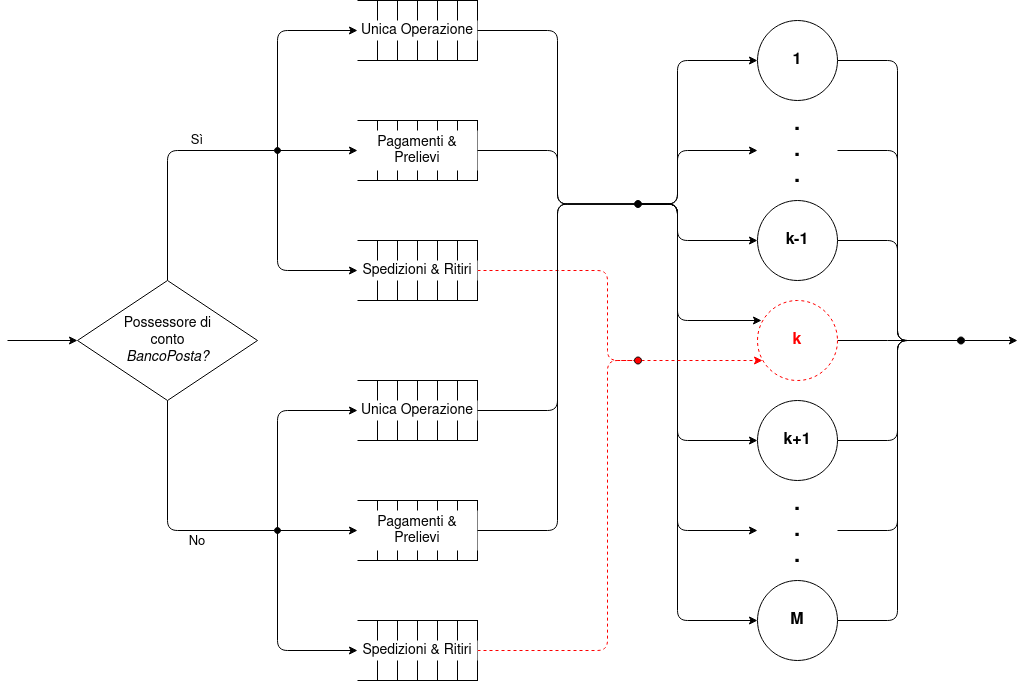
Earlier version of the draw.io export doc/figs/modello-concettuale-1.png (tibwere/pmcsn-project). Source tidied: cells renumbered, new cells last; positions are measured from the earlier drawing's top-left corner, leaving out a move shared by most shapes.
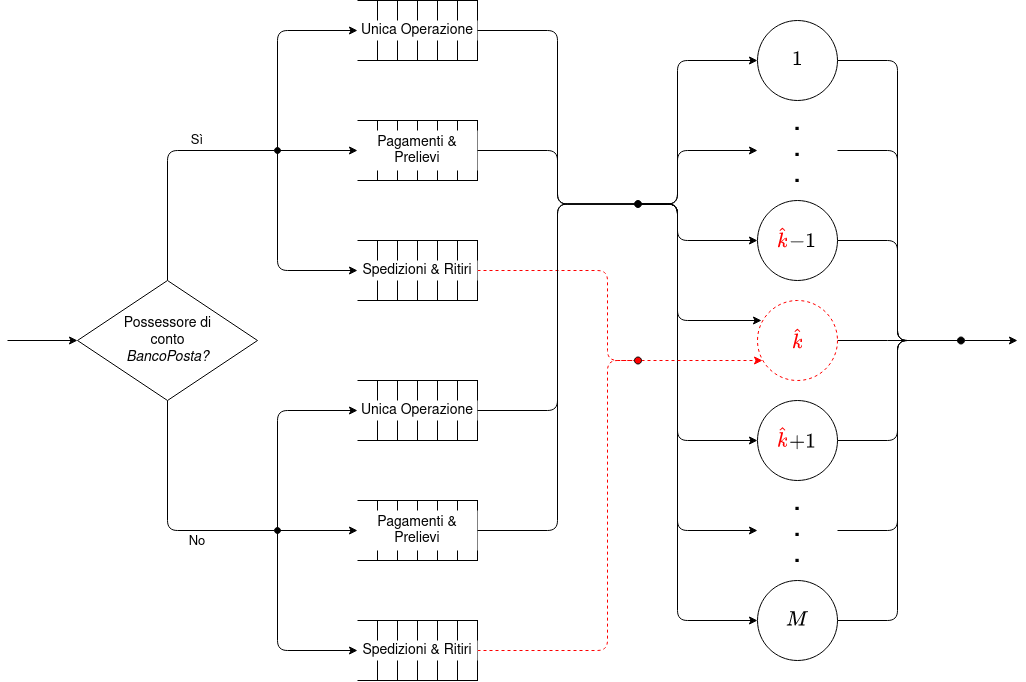
Later version of the same file.

Change to the diagram source:
```diff
@@ -1,4 +1,4 @@
-<mxGraphModel>
+<mxGraphModel math="1">
   <root>
     <mxCell id="0" />
     <mxCell id="1" parent="0" />
@@ -444,19 +444,13 @@
     <mxCell id="100" value="&lt;div style=&quot;font-size: 22px;&quot;&gt;.&lt;/div&gt;&lt;div style=&quot;font-size: 22px;&quot;&gt;.&lt;/div&gt;&lt;div style=&quot;font-size: 22px;&quot;&gt;.&lt;br style=&quot;font-size: 22px;&quot;&gt;&lt;/div&gt;" style="text;html=1;strokeColor=none;fillColor=none;align=center;verticalAlign=middle;whiteSpace=wrap;rounded=0;shadow=0;fontSize=22;fontStyle=1;" parent="1" vertex="1">
       <mxGeometry x="750" y="490" width="80" height="80" as="geometry" />
     </mxCell>
-    <mxCell id="101" value="1" style="text;html=1;strokeColor=none;fillColor=none;align=center;verticalAlign=middle;whiteSpace=wrap;rounded=0;shadow=0;fontSize=16;fontStyle=1;" parent="1" vertex="1">
+    <mxCell id="101" value="\(1\)" style="text;html=1;strokeColor=none;fillColor=none;align=center;verticalAlign=middle;whiteSpace=wrap;rounded=0;shadow=0;fontSize=16;fontStyle=1;" parent="1" vertex="1">
       <mxGeometry x="770" y="50" width="40" height="20" as="geometry" />
     </mxCell>
-    <mxCell id="102" value="k-1" style="text;html=1;strokeColor=none;fillColor=none;align=center;verticalAlign=middle;whiteSpace=wrap;rounded=0;shadow=0;fontSize=16;fontStyle=1;" parent="1" vertex="1">
-      <mxGeometry x="770" y="230" width="40" height="20" as="geometry" />
-    </mxCell>
-    <mxCell id="103" value="k" style="text;html=1;strokeColor=none;fillColor=none;align=center;verticalAlign=middle;whiteSpace=wrap;rounded=0;shadow=0;fontSize=16;fontStyle=1;fontColor=#FF0000;" parent="1" vertex="1">
+    <mxCell id="103" value="\(\hat{k}\)" style="text;strokeColor=none;fillColor=none;align=center;verticalAlign=middle;whiteSpace=wrap;rounded=0;shadow=0;fontSize=16;fontStyle=1;fontColor=#FF0000;html=1;" parent="1" vertex="1">
       <mxGeometry x="770" y="330" width="40" height="20" as="geometry" />
     </mxCell>
-    <mxCell id="104" value="k+1" style="text;html=1;strokeColor=none;fillColor=none;align=center;verticalAlign=middle;whiteSpace=wrap;rounded=0;shadow=0;fontSize=16;fontStyle=1;" parent="1" vertex="1">
-      <mxGeometry x="770" y="430" width="40" height="20" as="geometry" />
-    </mxCell>
-    <mxCell id="105" value="M" style="text;html=1;strokeColor=none;fillColor=none;align=center;verticalAlign=middle;whiteSpace=wrap;rounded=0;shadow=0;fontSize=16;fontStyle=1;" parent="1" vertex="1">
+    <mxCell id="105" value="\(M\)" style="text;html=1;strokeColor=none;fillColor=none;align=center;verticalAlign=middle;whiteSpace=wrap;rounded=0;shadow=0;fontSize=16;fontStyle=1;" parent="1" vertex="1">
       <mxGeometry x="770" y="610" width="40" height="20" as="geometry" />
     </mxCell>
     <mxCell id="106" value="Sì" style="text;html=1;strokeColor=none;fillColor=none;align=center;verticalAlign=middle;whiteSpace=wrap;rounded=0;shadow=0;fontSize=13;" parent="1" vertex="1">
@@ -476,5 +470,23 @@
     <mxCell id="109" style="ellipse;whiteSpace=wrap;html=1;shadow=0;fontSize=13;fontColor=#000000;strokeColor=#000000;strokeWidth=1;gradientColor=none;fillColor=#000000;" parent="1" vertex="1">
       <mxGeometry x="950" y="336.5" width="7" height="7" as="geometry" />
     </mxCell>
+    <mxCell id="110" style="group;" parent="1" vertex="1">
+      <mxGeometry x="765" y="228.5" width="50" height="23" as="geometry" />
+    </mxCell>
+    <mxCell id="111" value="\(\hat{k}\)" style="text;strokeColor=none;fillColor=none;align=center;verticalAlign=middle;whiteSpace=wrap;rounded=0;shadow=0;fontSize=16;fontStyle=1;fontColor=#FF0000;html=1;" parent="110" vertex="1">
+      <mxGeometry width="20" height="20" as="geometry" />
+    </mxCell>
+    <mxCell id="112" value="&lt;div&gt;\(-1\)&lt;/div&gt;" style="text;html=1;strokeColor=none;fillColor=none;align=center;verticalAlign=middle;whiteSpace=wrap;rounded=0;shadow=0;fontSize=16;fontStyle=1;" parent="110" vertex="1">
+      <mxGeometry x="10" y="3" width="40" height="20" as="geometry" />
+    </mxCell>
+    <mxCell id="113" style="group;" parent="1" vertex="1">
+      <mxGeometry x="765" y="428.5" width="50" height="23" as="geometry" />
+    </mxCell>
+    <mxCell id="114" value="\(\hat{k}\)" style="text;strokeColor=none;fillColor=none;align=center;verticalAlign=middle;whiteSpace=wrap;rounded=0;shadow=0;fontSize=16;fontStyle=1;fontColor=#FF0000;html=1;" parent="113" vertex="1">
+      <mxGeometry width="20" height="20" as="geometry" />
+    </mxCell>
+    <mxCell id="115" value="&lt;div&gt;\(+1\)&lt;/div&gt;" style="text;html=1;strokeColor=none;fillColor=none;align=center;verticalAlign=middle;whiteSpace=wrap;rounded=0;shadow=0;fontSize=16;fontStyle=1;" parent="113" vertex="1">
+      <mxGeometry x="10" y="3" width="40" height="20" as="geometry" />
+    </mxCell>
   </root>
 </mxGraphModel>
```
